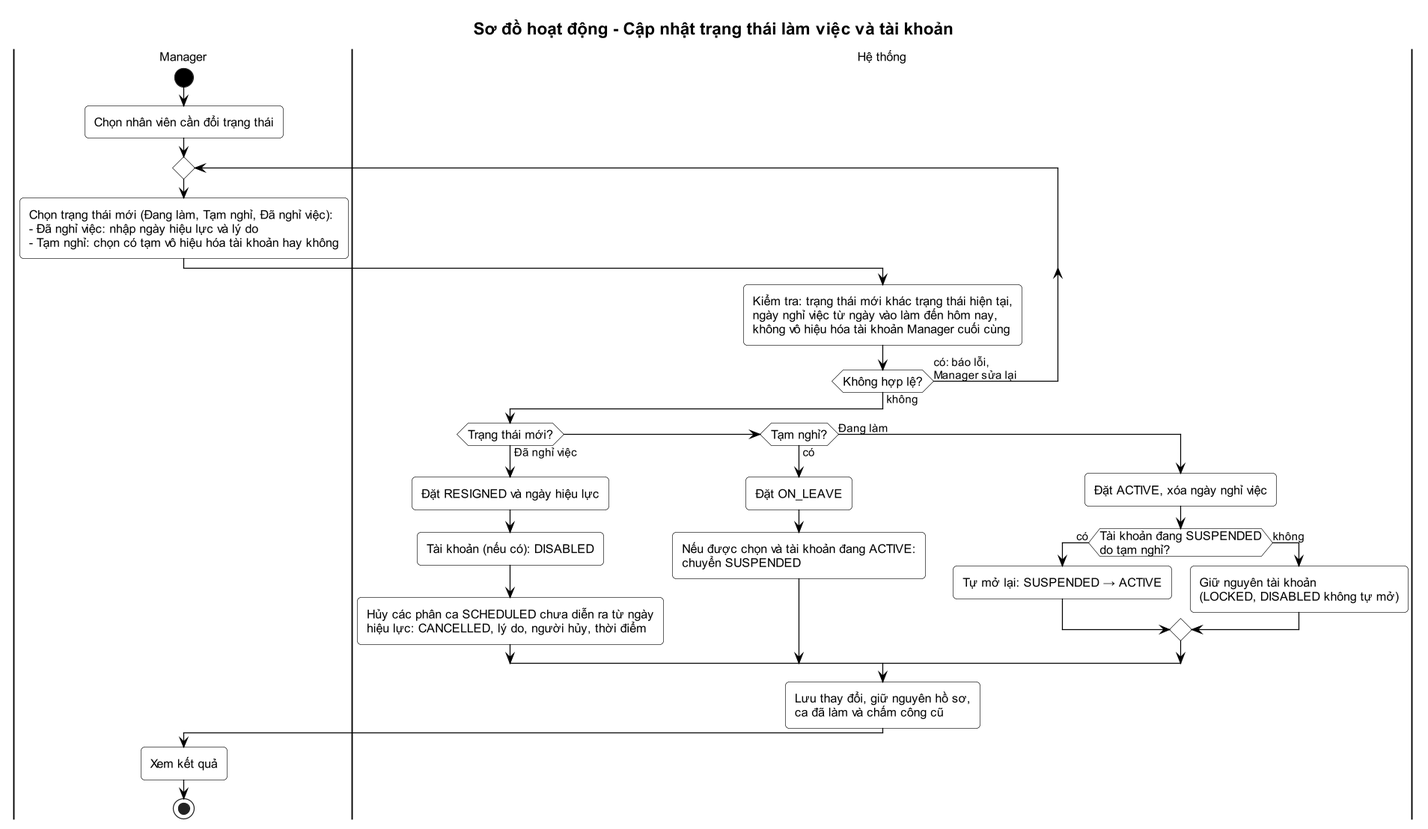
Anpham120/restaurant-management-system keeps this PlantUML diagram as docs/01-quan-ly-nhan-vien/activity-2-trang-thai.png. Above is the earlier version.
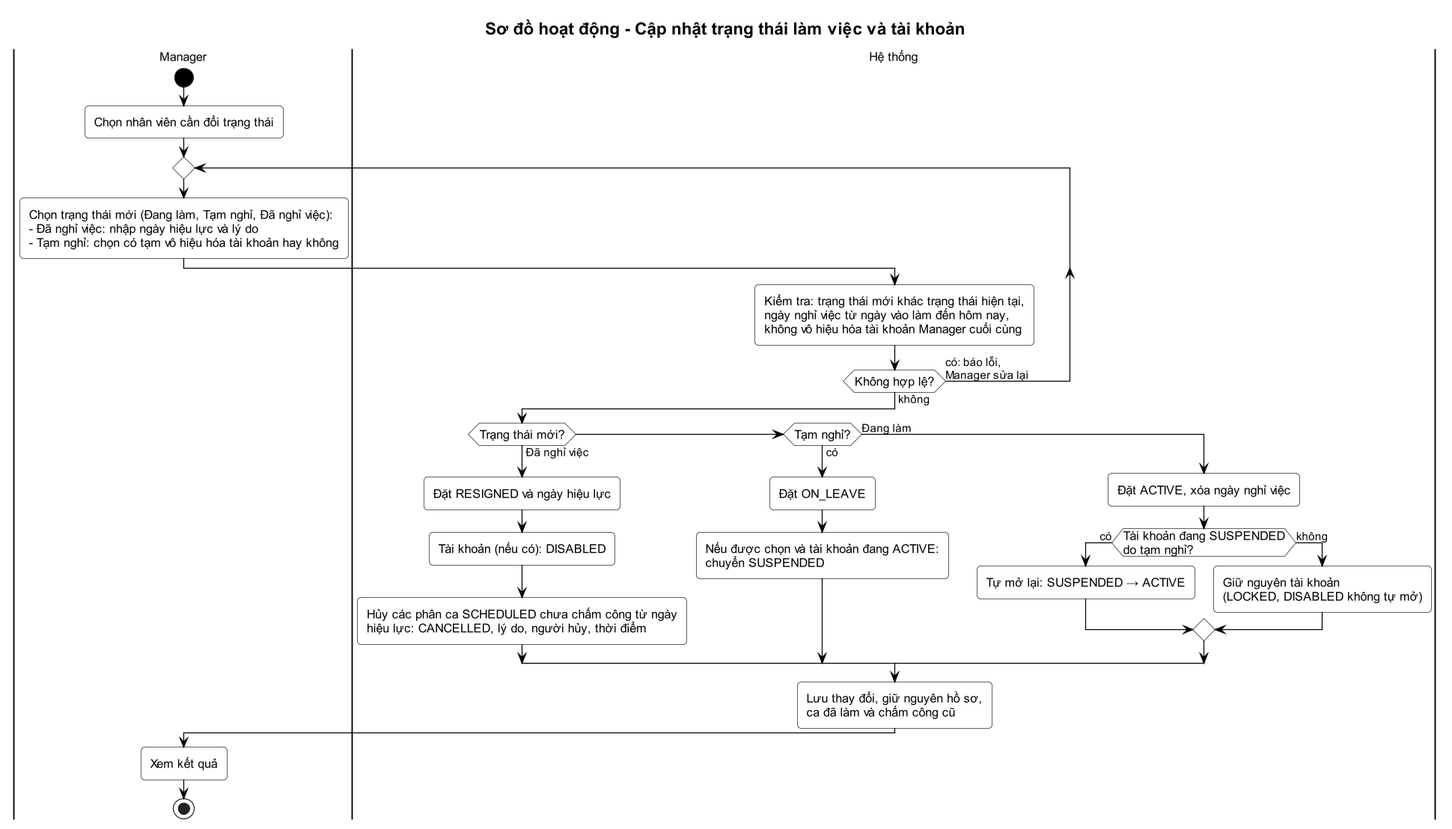
The same file after the commit.

The edit, as a diff of the source:
```diff
@@ -15,7 +15,7 @@
 if (Trạng thái mới?) then (Đã nghỉ việc)
   :Đặt RESIGNED và ngày hiệu lực;
   :Tài khoản (nếu có): DISABLED;
-  :Hủy các phân ca SCHEDULED chưa diễn ra từ ngày\nhiệu lực: CANCELLED, lý do, người hủy, thời điểm;
+  :Hủy các phân ca SCHEDULED chưa chấm công từ ngày\nhiệu lực: CANCELLED, lý do, người hủy, thời điểm;
 elseif (Tạm nghỉ?) then (có)
   :Đặt ON_LEAVE;
   :Nếu được chọn và tài khoản đang ACTIVE:\nchuyển SUSPENDED;
```
